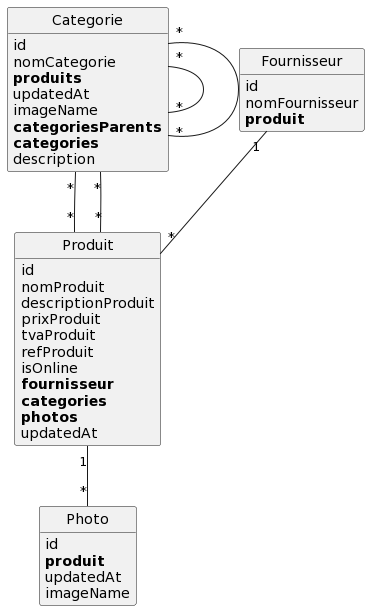
This is Echoppe/puml/index.png from RayGriffon/Echoppe-fil-rouge-, a PlantUML export, as it was before one commit.
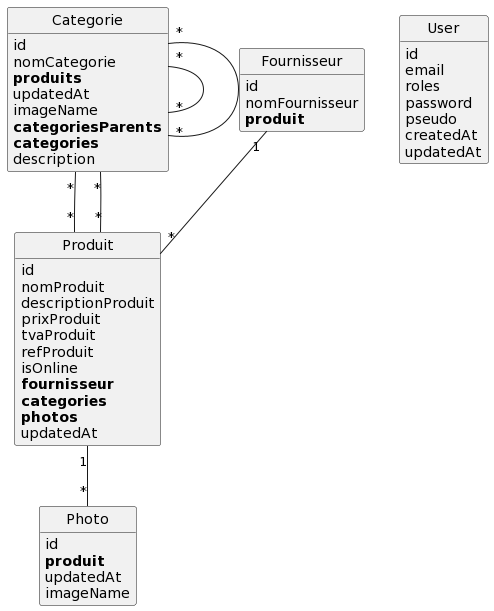
The same file after the commit.

What changed in the source:
```diff
@@ -37,6 +37,16 @@
 	updatedAt
 }
 
+class User {
+	id
+	email
+	roles
+	password
+	pseudo
+	createdAt
+	updatedAt
+}
+
 Categorie "*"--"*" Produit
 Categorie "*"--"*" Categorie
 Categorie "*"--"*" Categorie
```
